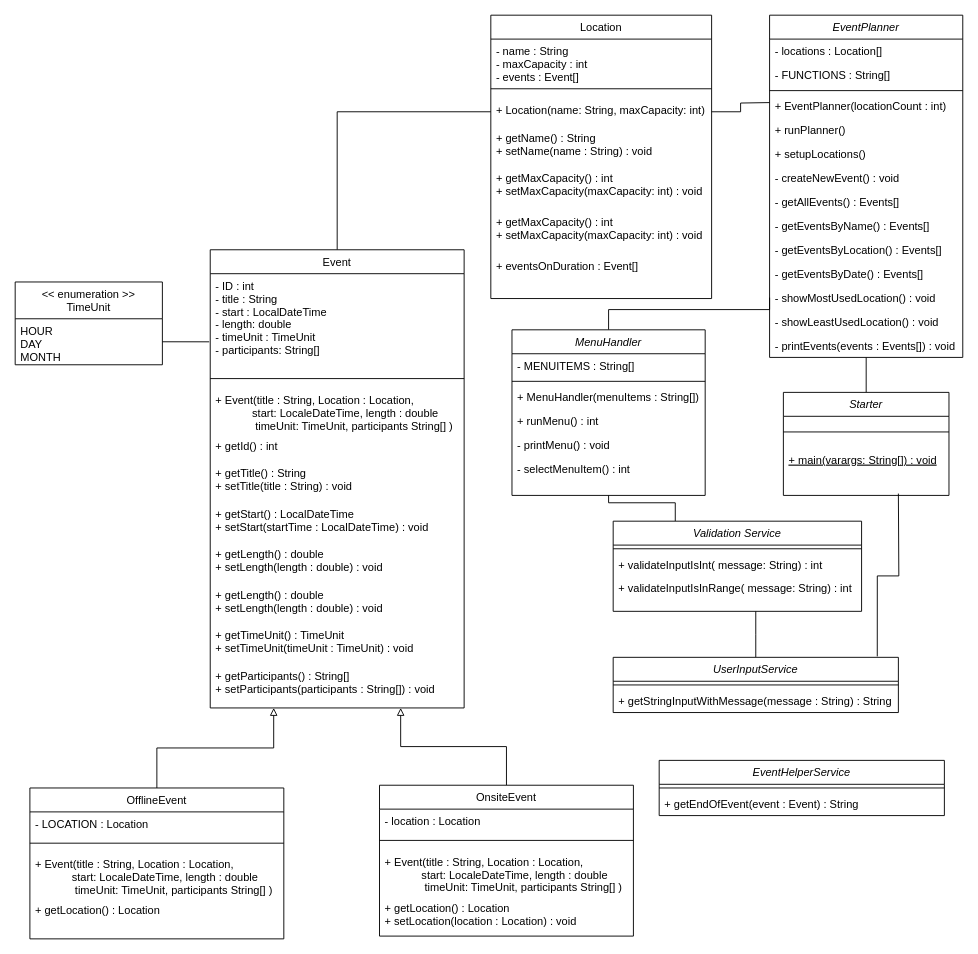
This is doc/UML.drawio from julix14/becker-co1-assignment-02, a draw.io file, before an edit. Source tidied: cells renumbered, new cells numbered last; positions are measured from the earlier drawing's top-left corner, leaving out a move shared by most shapes. Both pictures are drawn from the tidied source at 92%, with x=0, y=0 at pixel (15, 15).
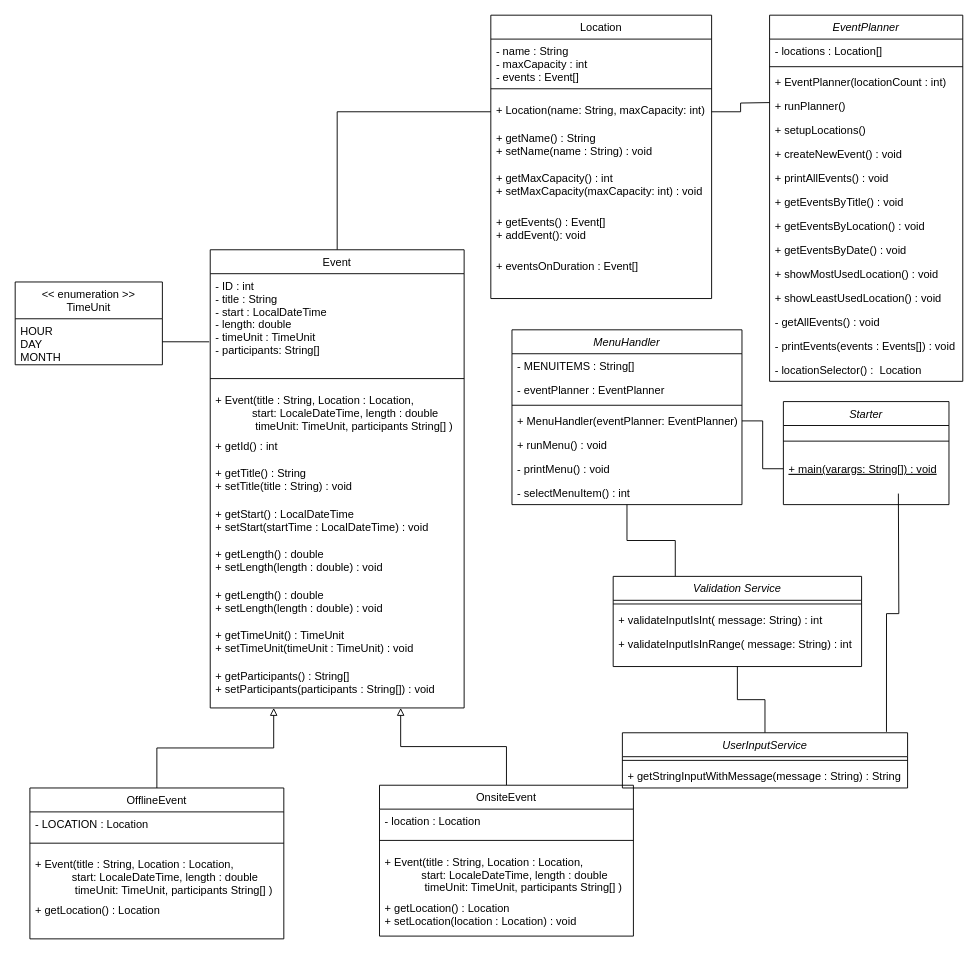
The same diagram, later.

The change refers to these unchanged cells:
```xml
<mxCell id="18" value="Location" style="swimlane;fontStyle=0;align=center;verticalAlign=top;horizontal=1;startSize=26;rounded=0;shadow=0;strokeWidth=1;" parent="1" vertex="1">
  <mxGeometry x="517" width="240" height="308" as="geometry" />
</mxCell>
<mxCell id="42" value="+ main(varargs: String[]) : void" style="text;align=left;verticalAlign=top;spacingLeft=4;spacingRight=4;overflow=hidden;points=[[0,0.5],[1,0.5]];portConstraint=eastwest;fontStyle=4;" parent="40" vertex="1">
  <mxGeometry y="60" width="180" height="26" as="geometry" />
</mxCell>
```

Change to the diagram source:
```diff
@@
-    <mxCell id="2" style="edgeStyle=orthogonalEdgeStyle;rounded=0;jettySize=auto;html=1;exitX=0.5;exitY=1;exitDx=0;exitDy=0;entryX=0.5;entryY=0;entryDx=0;entryDy=0;endArrow=none;endFill=0;" parent="1" edge="1" source="3" target="40">
+    <mxCell id="2" style="edgeStyle=orthogonalEdgeStyle;rounded=0;jettySize=auto;html=1;exitX=1;exitY=0.5;exitDx=0;exitDy=0;entryX=0;entryY=0.5;entryDx=0;entryDy=0;endArrow=none;endFill=0;" parent="1" edge="1" source="47" target="42">
       <mxGeometry relative="1" as="geometry" />
     </mxCell>
     <mxCell id="3" value="EventPlanner" style="swimlane;fontStyle=2;align=center;verticalAlign=top;horizontal=1;startSize=26;rounded=0;shadow=0;strokeWidth=1;" parent="1" vertex="1">
-      <mxGeometry x="820" width="210" height="372" as="geometry" />
+      <mxGeometry x="820" width="210" height="398" as="geometry" />
     </mxCell>
@@
-    <mxCell id="5" value="- FUNCTIONS : String[]" style="text;align=left;verticalAlign=top;spacingLeft=4;spacingRight=4;overflow=hidden;" parent="3" vertex="1">
-      <mxGeometry y="52" width="210" height="26" as="geometry" />
-    </mxCell>
     <mxCell id="6" style="line;html=1;strokeWidth=1;align=left;verticalAlign=middle;spacingTop=-1;spacingLeft=3;spacingRight=3;labelPosition=right;" parent="3" vertex="1">
-      <mxGeometry y="78" width="210" height="8" as="geometry" />
+      <mxGeometry y="52" width="210" height="8" as="geometry" />
     </mxCell>
     <mxCell id="7" value="+ EventPlanner(locationCount : int)" style="text;align=left;verticalAlign=top;spacingLeft=4;spacingRight=4;overflow=hidden;fontStyle=0;" parent="3" vertex="1">
-      <mxGeometry y="86" width="210" height="26" as="geometry" />
+      <mxGeometry y="60" width="210" height="26" as="geometry" />
     </mxCell>
     <mxCell id="8" value="+ runPlanner()" style="text;align=left;verticalAlign=top;spacingLeft=4;spacingRight=4;overflow=hidden;fontStyle=0;" parent="3" vertex="1">
-      <mxGeometry y="112" width="210" height="26" as="geometry" />
+      <mxGeometry y="86" width="210" height="26" as="geometry" />
     </mxCell>
     <mxCell id="9" value="+ setupLocations()" style="text;align=left;verticalAlign=top;spacingLeft=4;spacingRight=4;overflow=hidden;fontStyle=0;" parent="3" vertex="1">
-      <mxGeometry y="138" width="210" height="26" as="geometry" />
+      <mxGeometry y="112" width="210" height="26" as="geometry" />
     </mxCell>
-    <mxCell id="10" value="- createNewEvent() : void" style="text;align=left;verticalAlign=top;spacingLeft=4;spacingRight=4;overflow=hidden;fontStyle=0;" parent="3" vertex="1">
-      <mxGeometry y="164" width="210" height="26" as="geometry" />
+    <mxCell id="10" value="+ createNewEvent() : void" style="text;align=left;verticalAlign=top;spacingLeft=4;spacingRight=4;overflow=hidden;fontStyle=0;" parent="3" vertex="1">
+      <mxGeometry y="138" width="210" height="26" as="geometry" />
     </mxCell>
-    <mxCell id="11" value="- getAllEvents() : Events[]" style="text;align=left;verticalAlign=top;spacingLeft=4;spacingRight=4;overflow=hidden;fontStyle=0;" parent="3" vertex="1">
-      <mxGeometry y="190" width="210" height="26" as="geometry" />
-    </mxCell>
+    <mxCell id="78" value="+ printAllEvents() : void" style="text;align=left;verticalAlign=top;spacingLeft=4;spacingRight=4;overflow=hidden;fontStyle=0;" parent="3" vertex="1">
+      <mxGeometry y="164" width="210" height="26" as="geometry" />
+    </mxCell>
-    <mxCell id="12" value="- getEventsByName() : Events[]" style="text;align=left;verticalAlign=top;spacingLeft=4;spacingRight=4;overflow=hidden;fontStyle=0;" parent="3" vertex="1">
-      <mxGeometry y="216" width="210" height="26" as="geometry" />
+    <mxCell id="12" value="+ getEventsByTitle() : void" style="text;align=left;verticalAlign=top;spacingLeft=4;spacingRight=4;overflow=hidden;fontStyle=0;" parent="3" vertex="1">
+      <mxGeometry y="190" width="210" height="26" as="geometry" />
     </mxCell>
-    <mxCell id="13" value="- getEventsByLocation() : Events[]" style="text;align=left;verticalAlign=top;spacingLeft=4;spacingRight=4;overflow=hidden;fontStyle=0;" parent="3" vertex="1">
-      <mxGeometry y="242" width="210" height="26" as="geometry" />
+    <mxCell id="13" value="+ getEventsByLocation() : void" style="text;align=left;verticalAlign=top;spacingLeft=4;spacingRight=4;overflow=hidden;fontStyle=0;" parent="3" vertex="1">
+      <mxGeometry y="216" width="210" height="26" as="geometry" />
     </mxCell>
-    <mxCell id="14" value="- getEventsByDate() : Events[]" style="text;align=left;verticalAlign=top;spacingLeft=4;spacingRight=4;overflow=hidden;fontStyle=0;" parent="3" vertex="1">
-      <mxGeometry y="268" width="210" height="26" as="geometry" />
+    <mxCell id="14" value="+ getEventsByDate() : void" style="text;align=left;verticalAlign=top;spacingLeft=4;spacingRight=4;overflow=hidden;fontStyle=0;" parent="3" vertex="1">
+      <mxGeometry y="242" width="210" height="26" as="geometry" />
     </mxCell>
-    <mxCell id="15" value="- showMostUsedLocation() : void" style="text;align=left;verticalAlign=top;spacingLeft=4;spacingRight=4;overflow=hidden;points=[[0,0.5],[1,0.5]];portConstraint=eastwest;fontStyle=0;" parent="3" vertex="1">
-      <mxGeometry y="294" width="210" height="26" as="geometry" />
+    <mxCell id="15" value="+ showMostUsedLocation() : void" style="text;align=left;verticalAlign=top;spacingLeft=4;spacingRight=4;overflow=hidden;points=[[0,0.5],[1,0.5]];portConstraint=eastwest;fontStyle=0;" parent="3" vertex="1">
+      <mxGeometry y="268" width="210" height="26" as="geometry" />
     </mxCell>
-    <mxCell id="16" value="- showLeastUsedLocation() : void &#10;" style="text;align=left;verticalAlign=top;spacingLeft=4;spacingRight=4;overflow=hidden;fontStyle=0;" parent="3" vertex="1">
-      <mxGeometry y="320" width="210" height="26" as="geometry" />
+    <mxCell id="16" value="+ showLeastUsedLocation() : void &#10;" style="text;align=left;verticalAlign=top;spacingLeft=4;spacingRight=4;overflow=hidden;fontStyle=0;" parent="3" vertex="1">
+      <mxGeometry y="294" width="210" height="26" as="geometry" />
     </mxCell>
+    <mxCell id="11" value="- getAllEvents() : void" style="text;align=left;verticalAlign=top;spacingLeft=4;spacingRight=4;overflow=hidden;fontStyle=0;" parent="3" vertex="1">
+      <mxGeometry y="320" width="210" height="26" as="geometry" />
+    </mxCell>
@@
+    <mxCell id="79" value="- locationSelector() :  Location" style="text;align=left;verticalAlign=top;spacingLeft=4;spacingRight=4;overflow=hidden;fontStyle=0;" parent="3" vertex="1">
+      <mxGeometry y="372" width="210" height="26" as="geometry" />
+    </mxCell>
@@
-    <mxCell id="24" value="+ getMaxCapacity() : int&#10;+ setMaxCapacity(maxCapacity: int) : void" style="text;align=left;verticalAlign=top;spacingLeft=4;spacingRight=4;overflow=hidden;" parent="18" vertex="1">
+    <mxCell id="24" value="+ getEvents() : Event[]&#10;+ addEvent(): void&#10;" style="text;align=left;verticalAlign=top;spacingLeft=4;spacingRight=4;overflow=hidden;" parent="18" vertex="1">
       <mxGeometry y="212" width="240" height="48" as="geometry" />
     </mxCell>
@@
     <mxCell id="40" value="Starter" style="swimlane;fontStyle=2;align=center;verticalAlign=top;horizontal=1;startSize=26;rounded=0;shadow=0;strokeWidth=1;" parent="1" vertex="1">
-      <mxGeometry x="835" y="410" width="180" height="112" as="geometry" />
+      <mxGeometry x="835" y="420" width="180" height="112" as="geometry" />
     </mxCell>
@@
-    <mxCell id="43" style="edgeStyle=orthogonalEdgeStyle;rounded=0;jettySize=auto;html=1;exitX=0.5;exitY=0;exitDx=0;exitDy=0;entryX=0;entryY=0.5;entryDx=0;entryDy=0;endArrow=none;endFill=0;" parent="1" edge="1" source="44" target="15">
-      <mxGeometry relative="1" as="geometry">
-        <Array as="points">
-          <mxPoint x="645" y="320" />
-          <mxPoint x="820" y="320" />
-        </Array>
-      </mxGeometry>
-    </mxCell>
     <mxCell id="44" value="MenuHandler" style="swimlane;fontStyle=2;align=center;verticalAlign=top;horizontal=1;startSize=26;rounded=0;shadow=0;strokeWidth=1;" parent="1" vertex="1">
-      <mxGeometry x="540" y="342" width="210" height="180" as="geometry" />
+      <mxGeometry x="540" y="342" width="250" height="190" as="geometry" />
     </mxCell>
     <mxCell id="45" value="- MENUITEMS : String[]" style="text;align=left;verticalAlign=top;spacingLeft=4;spacingRight=4;overflow=hidden;" parent="44" vertex="1">
-      <mxGeometry y="26" width="210" height="26" as="geometry" />
+      <mxGeometry y="26" width="250" height="26" as="geometry" />
     </mxCell>
+    <mxCell id="80" value="- eventPlanner : EventPlanner" style="text;align=left;verticalAlign=top;spacingLeft=4;spacingRight=4;overflow=hidden;" parent="44" vertex="1">
+      <mxGeometry y="52" width="250" height="26" as="geometry" />
+    </mxCell>
     <mxCell id="46" style="line;html=1;strokeWidth=1;align=left;verticalAlign=middle;spacingTop=-1;spacingLeft=3;spacingRight=3;labelPosition=right;" parent="44" vertex="1">
-      <mxGeometry y="52" width="210" height="8" as="geometry" />
+      <mxGeometry y="78" width="250" height="8" as="geometry" />
     </mxCell>
-    <mxCell id="47" value="+ MenuHandler(menuItems : String[])" style="text;align=left;verticalAlign=top;spacingLeft=4;spacingRight=4;overflow=hidden;points=[[0,0.5],[1,0.5]];portConstraint=eastwest;fontStyle=0;" parent="44" vertex="1">
-      <mxGeometry y="60" width="210" height="26" as="geometry" />
+    <mxCell id="47" value="+ MenuHandler(eventPlanner: EventPlanner)" style="text;align=left;verticalAlign=top;spacingLeft=4;spacingRight=4;overflow=hidden;points=[[0,0.5],[1,0.5]];portConstraint=eastwest;fontStyle=0;" parent="44" vertex="1">
+      <mxGeometry y="86" width="250" height="26" as="geometry" />
     </mxCell>
-    <mxCell id="48" value="+ runMenu() : int" style="text;align=left;verticalAlign=top;spacingLeft=4;spacingRight=4;overflow=hidden;fontStyle=0;" parent="44" vertex="1">
-      <mxGeometry y="86" width="210" height="26" as="geometry" />
+    <mxCell id="48" value="+ runMenu() : void" style="text;align=left;verticalAlign=top;spacingLeft=4;spacingRight=4;overflow=hidden;fontStyle=0;" parent="44" vertex="1">
+      <mxGeometry y="112" width="250" height="26" as="geometry" />
     </mxCell>
     <mxCell id="49" value="- printMenu() : void" style="text;align=left;verticalAlign=top;spacingLeft=4;spacingRight=4;overflow=hidden;fontStyle=0;" parent="44" vertex="1">
-      <mxGeometry y="112" width="210" height="26" as="geometry" />
+      <mxGeometry y="138" width="250" height="26" as="geometry" />
     </mxCell>
     <mxCell id="50" value="- selectMenuItem() : int" style="text;align=left;verticalAlign=top;spacingLeft=4;spacingRight=4;overflow=hidden;fontStyle=0;" parent="44" vertex="1">
-      <mxGeometry y="138" width="210" height="26" as="geometry" />
+      <mxGeometry y="164" width="250" height="26" as="geometry" />
     </mxCell>
@@
     <mxCell id="66" value="Validation Service" style="swimlane;fontStyle=2;align=center;verticalAlign=top;horizontal=1;startSize=26;rounded=0;shadow=0;strokeWidth=1;" parent="1" vertex="1">
-      <mxGeometry x="650" y="550" width="270" height="98" as="geometry" />
+      <mxGeometry x="650" y="610" width="270" height="98" as="geometry" />
     </mxCell>
@@
-    <mxCell id="70" style="edgeStyle=orthogonalEdgeStyle;rounded=0;jettySize=auto;html=1;exitX=0.5;exitY=0;exitDx=0;exitDy=0;endArrow=none;endFill=0;" parent="1" edge="1" source="72">
-      <mxGeometry relative="1" as="geometry">
-        <mxPoint x="805" y="648" as="targetPoint" />
-      </mxGeometry>
+    <mxCell id="70" style="edgeStyle=orthogonalEdgeStyle;rounded=0;jettySize=auto;html=1;exitX=0.5;exitY=0;exitDx=0;exitDy=0;endArrow=none;endFill=0;entryX=0.5;entryY=1;entryDx=0;entryDy=0;" parent="1" edge="1" source="72" target="66">
+      <mxGeometry relative="1" as="geometry" />
     </mxCell>
@@
     <mxCell id="72" value="UserInputService" style="swimlane;fontStyle=2;align=center;verticalAlign=top;horizontal=1;startSize=26;rounded=0;shadow=0;strokeWidth=1;" parent="1" vertex="1">
-      <mxGeometry x="650" y="698" width="310" height="60" as="geometry" />
+      <mxGeometry x="660" y="780" width="310" height="60" as="geometry" />
     </mxCell>
@@
-    <mxCell id="75" value="EventHelperService" style="swimlane;fontStyle=2;align=center;verticalAlign=top;horizontal=1;startSize=26;rounded=0;shadow=0;strokeWidth=1;" parent="1" vertex="1">
-      <mxGeometry x="700" y="810" width="310" height="60" as="geometry" />
-    </mxCell>
-    <mxCell id="76" style="line;html=1;strokeWidth=1;align=left;verticalAlign=middle;spacingTop=-1;spacingLeft=3;spacingRight=3;labelPosition=right;" parent="75" vertex="1">
-      <mxGeometry y="26" width="310" height="8" as="geometry" />
-    </mxCell>
-    <mxCell id="77" value="+ getEndOfEvent(event : Event) : String" style="text;align=left;verticalAlign=top;spacingLeft=4;spacingRight=4;overflow=hidden;fontStyle=0;" parent="75" vertex="1">
-      <mxGeometry y="34" width="310" height="26" as="geometry" />
-    </mxCell>
```
